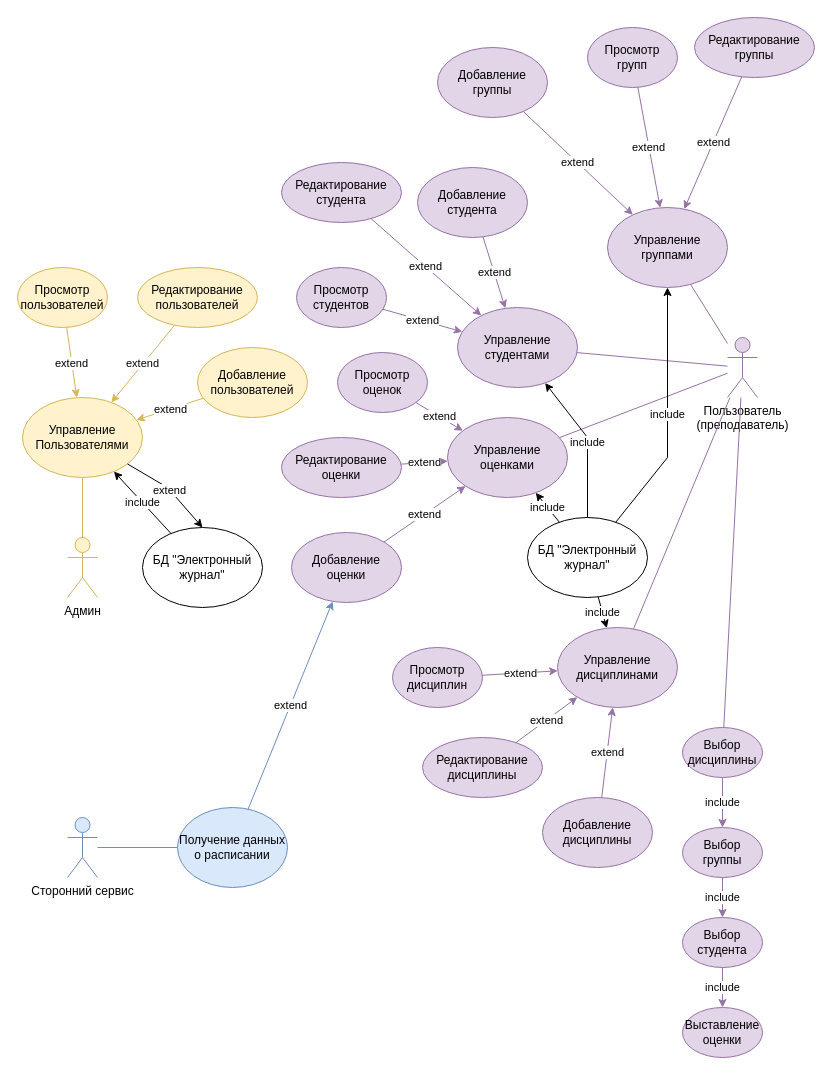
Earlier version of the draw.io diagram UseCase-Diagramm.drawio (PaulMatthewss/PP2). Source tidied: cells renumbered, new cells numbered last; positions are measured from the earlier drawing's top-left corner, leaving out a move shared by most shapes. Both pictures are drawn from the tidied source at 100%, with x=0, y=0 at pixel (17, 17).
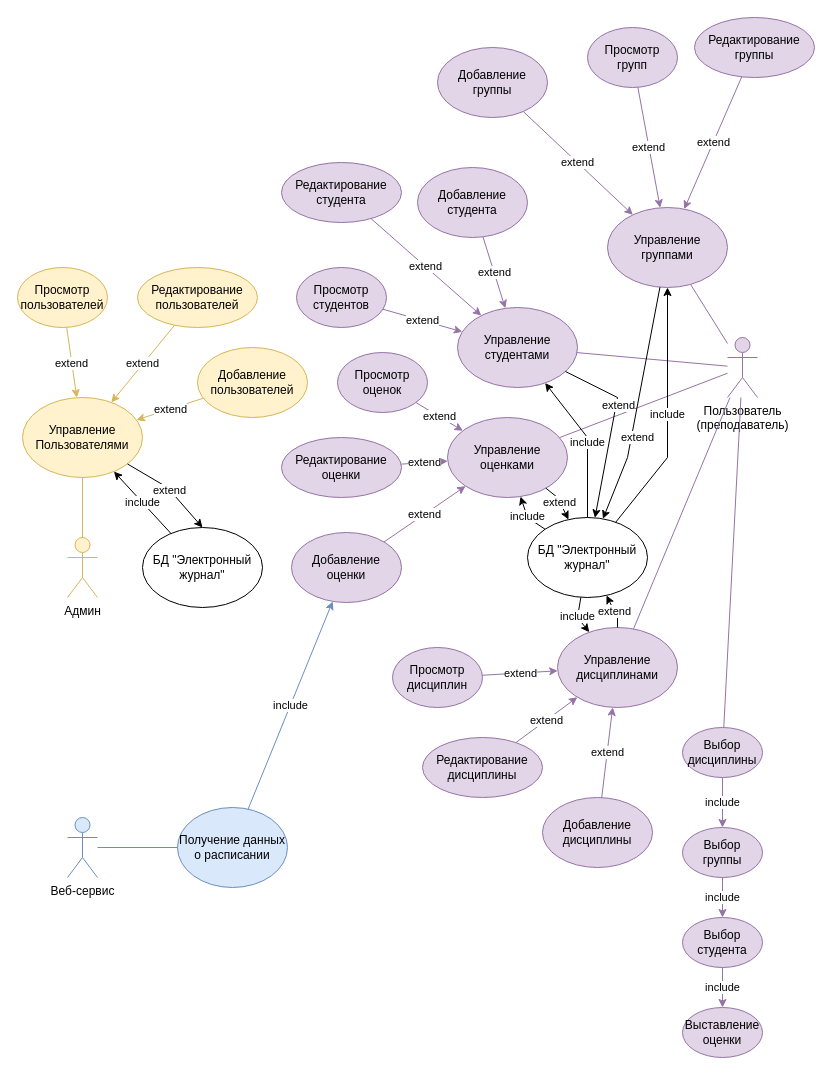
Above is the later version.

Unchanged cells that the change refers to:
```xml
<mxCell id="4" value="Управление дисциплинами" style="ellipse;whiteSpace=wrap;html=1;fillColor=#e1d5e7;strokeColor=#9673a6;" parent="1" vertex="1">
  <mxGeometry x="540" y="610" width="120" height="80" as="geometry" />
</mxCell>
<mxCell id="5" value="Управление группами" style="ellipse;whiteSpace=wrap;html=1;fillColor=#e1d5e7;strokeColor=#9673a6;" parent="1" vertex="1">
  <mxGeometry x="590" y="190" width="120" height="80" as="geometry" />
</mxCell>
<mxCell id="6" value="Управление студентами" style="ellipse;whiteSpace=wrap;html=1;fillColor=#e1d5e7;strokeColor=#9673a6;" parent="1" vertex="1">
  <mxGeometry x="440" y="290" width="120" height="80" as="geometry" />
</mxCell>
<mxCell id="7" value="Управление оценками" style="ellipse;whiteSpace=wrap;html=1;fillColor=#e1d5e7;strokeColor=#9673a6;" parent="1" vertex="1">
  <mxGeometry x="430" y="400" width="120" height="80" as="geometry" />
</mxCell>
<mxCell id="15" value="Добавление оценки" style="ellipse;whiteSpace=wrap;html=1;fillColor=#e1d5e7;strokeColor=#9673a6;" parent="1" vertex="1">
  <mxGeometry x="274" y="515" width="110" height="70" as="geometry" />
</mxCell>
<mxCell id="51" value="Получение данных о расписании" style="ellipse;whiteSpace=wrap;html=1;fillColor=#dae8fc;strokeColor=#6c8ebf;" parent="1" vertex="1">
  <mxGeometry x="160" y="790" width="110" height="80" as="geometry" />
</mxCell>
<mxCell id="59" value="БД &quot;Электронный журнал&quot;" style="ellipse;whiteSpace=wrap;html=1;" parent="1" vertex="1">
  <mxGeometry x="510" y="500" width="120" height="80" as="geometry" />
</mxCell>
```

Diff of the diagram source:
```diff
@@
-    <mxCell id="50" value="Сторонний сервис" style="shape=umlActor;verticalLabelPosition=bottom;verticalAlign=top;html=1;outlineConnect=0;fillColor=#dae8fc;strokeColor=#6c8ebf;" parent="1" vertex="1">
+    <mxCell id="50" value="Веб-сервис" style="shape=umlActor;verticalLabelPosition=bottom;verticalAlign=top;html=1;outlineConnect=0;fillColor=#dae8fc;strokeColor=#6c8ebf;" parent="1" vertex="1">
       <mxGeometry x="50" y="800" width="30" height="60" as="geometry" />
     </mxCell>
@@
-    <mxCell id="55" value="extend" style="endArrow=classic;html=1;rounded=0;fillColor=#dae8fc;strokeColor=#6c8ebf;" parent="1" edge="1" source="51" target="15">
+    <mxCell id="55" value="include" style="endArrow=classic;html=1;rounded=0;fillColor=#dae8fc;strokeColor=#6c8ebf;" parent="1" edge="1" source="51" target="15">
       <mxGeometry relative="1" as="geometry" />
     </mxCell>
@@
     <mxCell id="60" value="include" style="endArrow=classic;html=1;rounded=0;" parent="1" edge="1" source="59" target="4">
-      <mxGeometry relative="1" as="geometry" />
+      <mxGeometry relative="1" as="geometry">
+        <Array as="points">
+          <mxPoint x="560" y="600" />
+        </Array>
+      </mxGeometry>
     </mxCell>
     <mxCell id="61" value="include" style="endArrow=classic;html=1;rounded=0;" parent="1" edge="1" source="59" target="7">
-      <mxGeometry relative="1" as="geometry" />
+      <mxGeometry relative="1" as="geometry">
+        <Array as="points">
+          <mxPoint x="510" y="500" />
+        </Array>
+      </mxGeometry>
     </mxCell>
@@
+    <mxCell id="64" value="extend" style="endArrow=classic;html=1;rounded=0;" parent="1" edge="1" source="7" target="59">
+      <mxGeometry relative="1" as="geometry">
+        <Array as="points">
+          <mxPoint x="540" y="480" />
+        </Array>
+      </mxGeometry>
+    </mxCell>
+    <mxCell id="65" value="extend" style="endArrow=classic;html=1;rounded=0;" parent="1" edge="1" source="6" target="59">
+      <mxGeometry x="-0.27" y="2" relative="1" as="geometry">
+        <Array as="points">
+          <mxPoint x="600" y="380" />
+        </Array>
+      </mxGeometry>
+    </mxCell>
+    <mxCell id="66" value="extend" style="endArrow=classic;html=1;rounded=0;" parent="1" edge="1" source="5" target="59">
+      <mxGeometry x="0.27" y="6" relative="1" as="geometry">
+        <Array as="points">
+          <mxPoint x="610" y="440" />
+        </Array>
+      </mxGeometry>
+    </mxCell>
+    <mxCell id="67" value="extend" style="endArrow=classic;html=1;rounded=0;" parent="1" edge="1" source="4" target="59">
+      <mxGeometry relative="1" as="geometry">
+        <Array as="points">
+          <mxPoint x="600" y="600" />
+        </Array>
+      </mxGeometry>
+    </mxCell>
```
